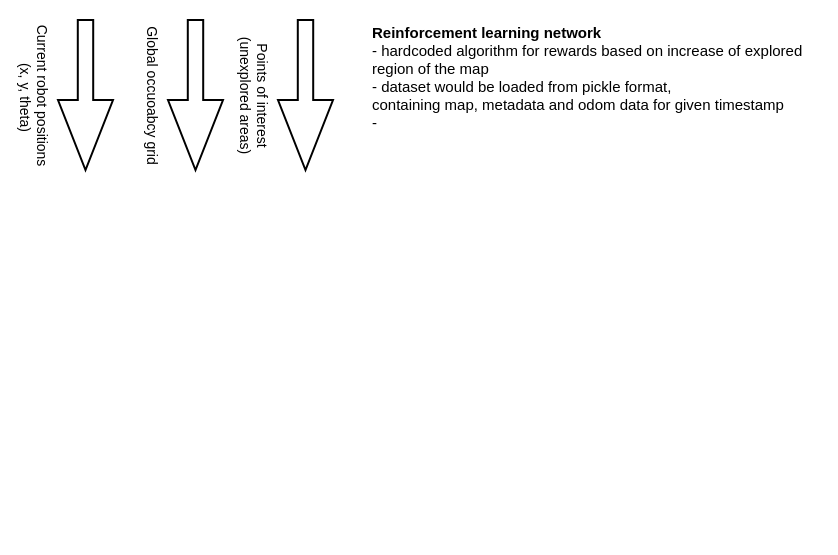
Above: robot_network/resource/reinforcement_network.drawio in Jakuko99/robot-node-ros2 (draw.io), before the change. Source tidied: cells renumbered, new cells numbered last; positions are measured from the earlier drawing's top-left corner, leaving out a move shared by most shapes. Both pictures are drawn from the tidied source at 100%, with x=0, y=0 at pixel (10, 17).
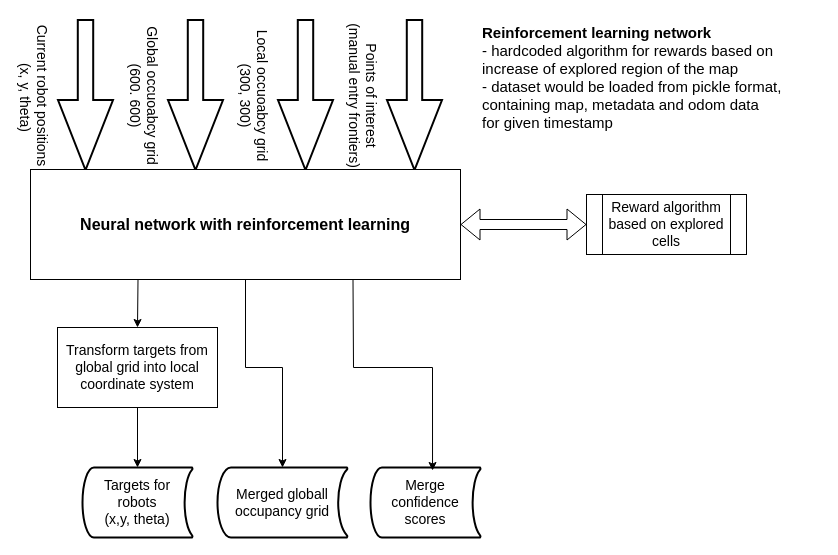
The same diagram, later.

Diff of the diagram source:
```diff
@@
-    <mxCell id="3" value="&lt;font style=&quot;font-size: 14px;&quot;&gt;Global occuoabcy grid&lt;/font&gt;" style="verticalLabelPosition=bottom;verticalAlign=top;html=1;strokeWidth=2;shape=mxgraph.arrows2.arrow;dy=0.72;dx=70;notch=0;rotation=90;" parent="1" vertex="1">
+    <mxCell id="3" value="&lt;font style=&quot;font-size: 14px;&quot;&gt;Global occuoabcy grid&lt;/font&gt;&lt;div&gt;&lt;font style=&quot;font-size: 14px;&quot;&gt;(600. 600)&lt;/font&gt;&lt;/div&gt;" style="verticalLabelPosition=bottom;verticalAlign=top;html=1;strokeWidth=2;shape=mxgraph.arrows2.arrow;dy=0.72;dx=70;notch=0;rotation=90;" parent="1" vertex="1">
       <mxGeometry x="110" y="50" width="150" height="55" as="geometry" />
     </mxCell>
-    <mxCell id="4" value="&lt;font style=&quot;font-size: 14px;&quot;&gt;Points of interest&lt;/font&gt;&lt;div&gt;&lt;font style=&quot;font-size: 14px;&quot;&gt;(unexplored areas)&lt;/font&gt;&lt;/div&gt;" style="verticalLabelPosition=bottom;verticalAlign=top;html=1;strokeWidth=2;shape=mxgraph.arrows2.arrow;dy=0.72;dx=70;notch=0;rotation=90;" parent="1" vertex="1">
-      <mxGeometry x="220" y="50" width="150" height="55" as="geometry" />
+    <mxCell id="4" value="&lt;font style=&quot;font-size: 14px;&quot;&gt;Points of interest&lt;/font&gt;&lt;div&gt;&lt;font style=&quot;font-size: 14px;&quot;&gt;(manual entry frontiers)&lt;/font&gt;&lt;/div&gt;" style="verticalLabelPosition=bottom;verticalAlign=top;html=1;strokeWidth=2;shape=mxgraph.arrows2.arrow;dy=0.72;dx=70;notch=0;rotation=90;" parent="1" vertex="1">
+      <mxGeometry x="329" y="50" width="150" height="55" as="geometry" />
     </mxCell>
-    <mxCell id="5" value="&lt;font style=&quot;font-size: 15px;&quot;&gt;&lt;b style=&quot;&quot;&gt;Reinforcement learning network&lt;/b&gt;&lt;/font&gt;&lt;div&gt;&lt;font style=&quot;font-size: 15px;&quot;&gt;- hardcoded algorithm for rewards based&amp;nbsp;&lt;/font&gt;&lt;span style=&quot;font-size: 15px; background-color: transparent; color: light-dark(rgb(0, 0, 0), rgb(255, 255, 255));&quot;&gt;on increase of explored&lt;/span&gt;&lt;/div&gt;&lt;div&gt;&lt;span style=&quot;font-size: 15px; background-color: transparent; color: light-dark(rgb(0, 0, 0), rgb(255, 255, 255));&quot;&gt;region of the map&lt;/span&gt;&lt;/div&gt;&lt;div style=&quot;&quot;&gt;&lt;font style=&quot;font-size: 15px;&quot;&gt;- dataset would be loaded from pickle format,&amp;nbsp;&lt;/font&gt;&lt;/div&gt;&lt;div style=&quot;&quot;&gt;&lt;font style=&quot;font-size: 15px;&quot;&gt;containing map, metadata and odom data for given timestamp&lt;/font&gt;&lt;/div&gt;&lt;div style=&quot;&quot;&gt;&lt;font style=&quot;font-size: 15px;&quot;&gt;-&amp;nbsp;&lt;/font&gt;&lt;/div&gt;" style="text;html=1;align=left;verticalAlign=middle;strokeColor=none;fillColor=none;" parent="1" vertex="1">
-      <mxGeometry x="360" width="450" height="120" as="geometry" />
+    <mxCell id="5" value="&lt;font style=&quot;font-size: 15px;&quot;&gt;&lt;b style=&quot;&quot;&gt;Reinforcement learning network&lt;/b&gt;&lt;/font&gt;&lt;div&gt;&lt;font style=&quot;font-size: 15px;&quot;&gt;- hardcoded algorithm for rewards based&amp;nbsp;&lt;/font&gt;&lt;span style=&quot;font-size: 15px; background-color: transparent; color: light-dark(rgb(0, 0, 0), rgb(255, 255, 255));&quot;&gt;on&amp;nbsp;&lt;/span&gt;&lt;/div&gt;&lt;div&gt;&lt;span style=&quot;font-size: 15px; background-color: transparent; color: light-dark(rgb(0, 0, 0), rgb(255, 255, 255));&quot;&gt;increase of explored&amp;nbsp;&lt;/span&gt;&lt;span style=&quot;background-color: transparent; color: light-dark(rgb(0, 0, 0), rgb(255, 255, 255)); font-size: 15px;&quot;&gt;region of the map&lt;/span&gt;&lt;/div&gt;&lt;div style=&quot;&quot;&gt;&lt;font style=&quot;font-size: 15px;&quot;&gt;- dataset would be loaded from pickle format,&amp;nbsp;&lt;/font&gt;&lt;/div&gt;&lt;div style=&quot;&quot;&gt;&lt;font style=&quot;font-size: 15px;&quot;&gt;containing map, metadata and odom data&amp;nbsp;&lt;/font&gt;&lt;/div&gt;&lt;div style=&quot;&quot;&gt;&lt;font style=&quot;font-size: 15px;&quot;&gt;for given timestamp&lt;/font&gt;&lt;span style=&quot;font-size: 15px; background-color: transparent; color: light-dark(rgb(0, 0, 0), rgb(255, 255, 255));&quot;&gt;&amp;nbsp;&lt;/span&gt;&lt;/div&gt;" style="text;html=1;align=left;verticalAlign=middle;strokeColor=none;fillColor=none;" parent="1" vertex="1">
+      <mxGeometry x="470" width="330" height="120" as="geometry" />
     </mxCell>
+    <mxCell id="6" value="&lt;font style=&quot;font-size: 14px;&quot;&gt;Reward algorithm based on explored cells&lt;/font&gt;" style="shape=process;whiteSpace=wrap;html=1;backgroundOutline=1;" parent="1" vertex="1">
+      <mxGeometry x="576" y="177" width="160" height="60" as="geometry" />
+    </mxCell>
+    <mxCell id="7" value="&lt;font style=&quot;font-size: 14px;&quot;&gt;Local&lt;/font&gt;&lt;span style=&quot;font-size: 14px; background-color: transparent; color: light-dark(rgb(0, 0, 0), rgb(255, 255, 255));&quot;&gt;&amp;nbsp;occuoabcy grid&lt;/span&gt;&lt;div&gt;&lt;span style=&quot;font-size: 14px; background-color: transparent; color: light-dark(rgb(0, 0, 0), rgb(255, 255, 255));&quot;&gt;(300, 300)&lt;/span&gt;&lt;/div&gt;" style="verticalLabelPosition=bottom;verticalAlign=top;html=1;strokeWidth=2;shape=mxgraph.arrows2.arrow;dy=0.72;dx=70;notch=0;rotation=90;" parent="1" vertex="1">
+      <mxGeometry x="220" y="50" width="150" height="55" as="geometry" />
+    </mxCell>
+    <mxCell id="8" value="&lt;font style=&quot;font-size: 14px;&quot;&gt;Targets for robots&lt;/font&gt;&lt;div&gt;&lt;font style=&quot;font-size: 14px;&quot;&gt;(x,y, theta)&lt;/font&gt;&lt;/div&gt;" style="strokeWidth=2;html=1;shape=mxgraph.flowchart.stored_data;whiteSpace=wrap;" parent="1" vertex="1">
+      <mxGeometry x="72" y="450" width="110" height="70" as="geometry" />
+    </mxCell>
+    <mxCell id="9" value="&lt;span style=&quot;font-size: 14px;&quot;&gt;Merged globall occupancy grid&lt;/span&gt;" style="strokeWidth=2;html=1;shape=mxgraph.flowchart.stored_data;whiteSpace=wrap;" parent="1" vertex="1">
+      <mxGeometry x="207" y="450" width="130" height="70" as="geometry" />
+    </mxCell>
+    <mxCell id="10" value="&lt;span style=&quot;font-size: 14px;&quot;&gt;Merge confidence scores&lt;/span&gt;" style="strokeWidth=2;html=1;shape=mxgraph.flowchart.stored_data;whiteSpace=wrap;" parent="1" vertex="1">
+      <mxGeometry x="360" y="450" width="110" height="70" as="geometry" />
+    </mxCell>
+    <mxCell id="11" style="edgeStyle=none;rounded=0;jettySize=auto;html=1;exitX=0.25;exitY=1;exitDx=0;exitDy=0;entryX=0.5;entryY=0;entryDx=0;entryDy=0;" parent="1" edge="1" source="12" target="14">
+      <mxGeometry relative="1" as="geometry" />
+    </mxCell>
+    <mxCell id="12" value="&lt;font style=&quot;font-size: 16px;&quot;&gt;Neural network with reinforcement learning&lt;/font&gt;" style="rounded=0;whiteSpace=wrap;html=1;fontStyle=1;" parent="1" vertex="1">
+      <mxGeometry x="20" y="152" width="430" height="110" as="geometry" />
+    </mxCell>
+    <mxCell id="13" style="shape=flexArrow;endArrow=classic;startArrow=classic;html=1;rounded=0;exitX=1;exitY=0.5;exitDx=0;exitDy=0;entryX=0;entryY=0.5;entryDx=0;entryDy=0;" parent="1" edge="1" source="12" target="6">
+      <mxGeometry relative="1" as="geometry" />
+    </mxCell>
+    <mxCell id="14" value="&lt;font style=&quot;font-size: 14px;&quot;&gt;Transform targets from global grid into local coordinate system&lt;/font&gt;" style="rounded=0;whiteSpace=wrap;html=1;" parent="1" vertex="1">
+      <mxGeometry x="47" y="310" width="160" height="80" as="geometry" />
+    </mxCell>
+    <mxCell id="15" style="edgeStyle=none;rounded=0;jettySize=auto;html=1;entryX=0.5;entryY=0;entryDx=0;entryDy=0;entryPerimeter=0;" parent="1" edge="1" source="14" target="8">
+      <mxGeometry relative="1" as="geometry" />
+    </mxCell>
+    <mxCell id="16" style="edgeStyle=none;rounded=0;jettySize=auto;html=1;exitX=0.5;exitY=1;exitDx=0;exitDy=0;entryX=0.5;entryY=0;entryDx=0;entryDy=0;entryPerimeter=0;" parent="1" edge="1" source="12" target="9">
+      <mxGeometry relative="1" as="geometry">
+        <Array as="points">
+          <mxPoint x="235" y="350" />
+          <mxPoint x="272" y="350" />
+        </Array>
+      </mxGeometry>
+    </mxCell>
+    <mxCell id="17" style="edgeStyle=none;rounded=0;jettySize=auto;html=1;exitX=0.75;exitY=1;exitDx=0;exitDy=0;entryX=0.564;entryY=0.043;entryDx=0;entryDy=0;entryPerimeter=0;" parent="1" edge="1" source="12" target="10">
+      <mxGeometry relative="1" as="geometry">
+        <Array as="points">
+          <mxPoint x="343" y="350" />
+          <mxPoint x="422" y="350" />
+        </Array>
+      </mxGeometry>
+    </mxCell>
```
